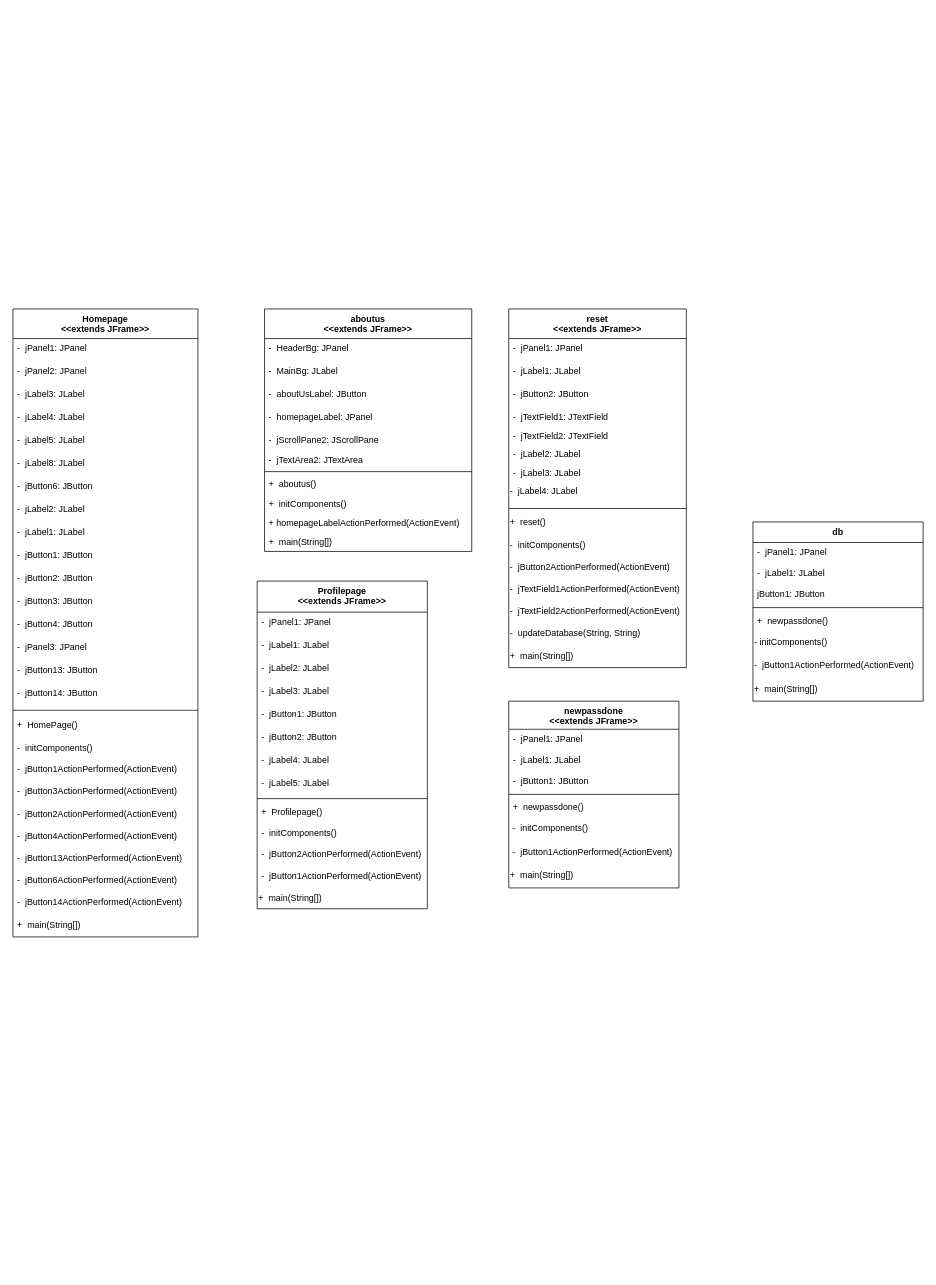
LordDdanielHan/test keeps this draw.io diagram as MarshaDiagram.drawio. Above is the earlier version. Source tidied: cells renumbered, new cells numbered last; positions are measured from the earlier drawing's top-left corner, leaving out a move shared by most shapes. Both pictures are drawn from the tidied source at 74%, with x=0, y=0 at pixel (13, 309).
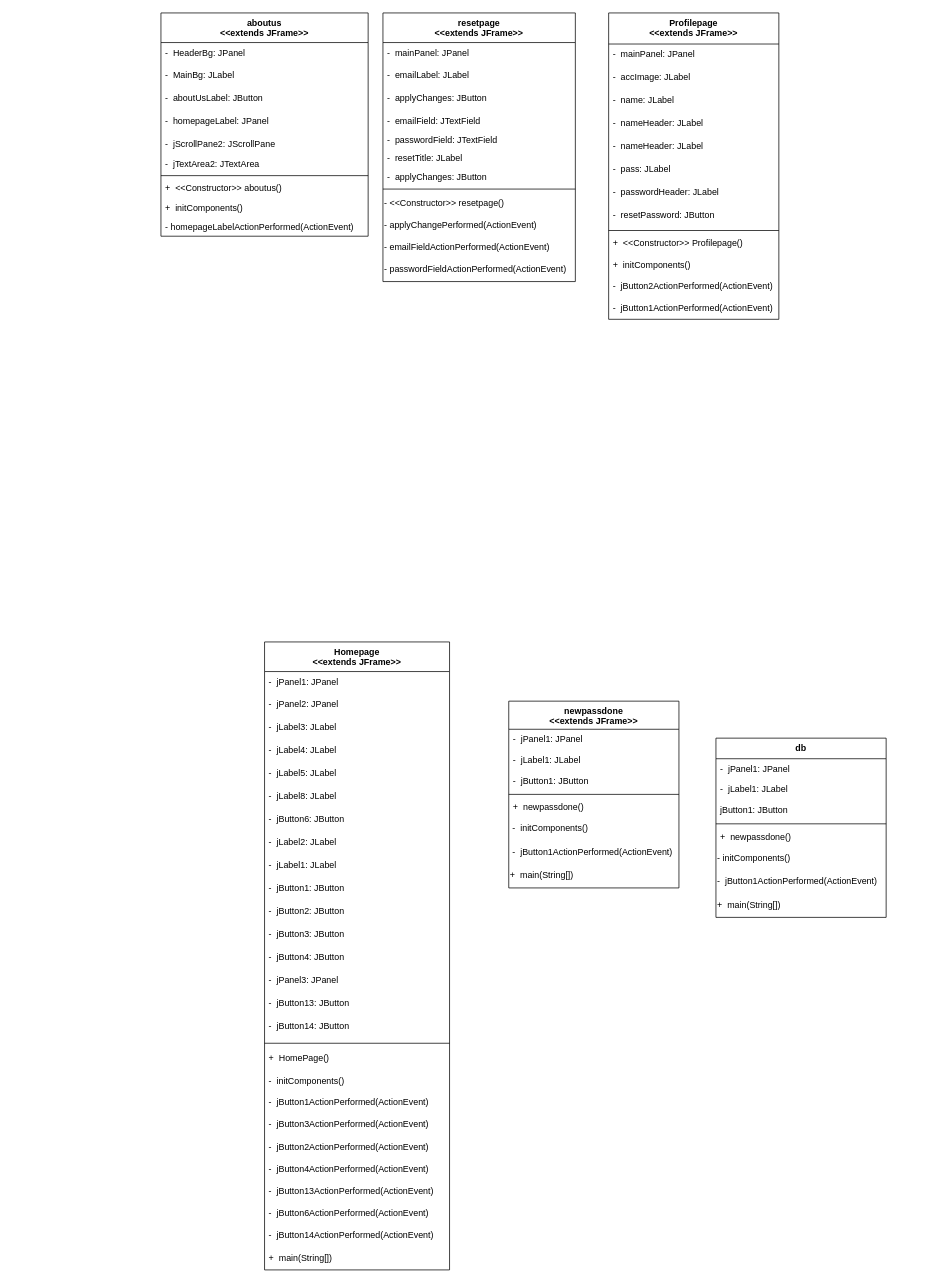
The same diagram, later.

The edit, as a diff of the source:
```diff
@@
     <mxCell id="2" value="aboutus&#10;&lt;&lt;extends JFrame&gt;&gt;&#10;" style="swimlane;fontStyle=1;align=center;verticalAlign=top;horizontal=1;startSize=40;" parent="1" vertex="1">
-      <mxGeometry x="340" width="280" height="327.7" as="geometry" />
+      <mxGeometry x="200" y="-400" width="280" height="301.7" as="geometry" />
     </mxCell>
@@
-    <mxCell id="10" value="+  aboutus()" style="text;strokeColor=none;fillColor=none;align=left;verticalAlign=top;spacingLeft=4;spacingRight=4;overflow=hidden;" parent="2" vertex="1">
+    <mxCell id="10" value="+  &lt;&lt;Constructor&gt;&gt; aboutus()" style="text;strokeColor=none;fillColor=none;align=left;verticalAlign=top;spacingLeft=4;spacingRight=4;overflow=hidden;" parent="2" vertex="1">
       <mxGeometry y="223.7" width="280" height="26" as="geometry" />
     </mxCell>
@@
-    <mxCell id="12" value="+ homepageLabelActionPerformed(ActionEvent)" style="text;strokeColor=none;fillColor=none;align=left;verticalAlign=top;spacingLeft=4;spacingRight=4;overflow=hidden;" parent="2" vertex="1">
+    <mxCell id="12" value="- homepageLabelActionPerformed(ActionEvent)" style="text;strokeColor=none;fillColor=none;align=left;verticalAlign=top;spacingLeft=4;spacingRight=4;overflow=hidden;" parent="2" vertex="1">
       <mxGeometry y="275.7" width="280" height="26" as="geometry" />
     </mxCell>
-    <mxCell id="13" value="+  main(String[])" style="text;strokeColor=none;fillColor=none;align=left;verticalAlign=top;spacingLeft=4;spacingRight=4;overflow=hidden;" parent="2" vertex="1">
-      <mxGeometry y="301.7" width="280" height="26" as="geometry" />
-    </mxCell>
     <mxCell id="14" value="Homepage&#10;&lt;&lt;extends JFrame&gt;&gt;&#10;" style="swimlane;fontStyle=1;align=center;verticalAlign=top;horizontal=1;startSize=40;" parent="1" vertex="1">
-      <mxGeometry width="250" height="848.6" as="geometry" />
+      <mxGeometry x="340" y="450" width="250" height="848.6" as="geometry" />
     </mxCell>
@@
-    <mxCell id="42" value="Profilepage&#10;&lt;&lt;extends JFrame&gt;&gt;&#10;&#10;" style="swimlane;fontStyle=1;align=center;verticalAlign=top;horizontal=1;startSize=42;" parent="1" vertex="1">
-      <mxGeometry x="330" y="367.7" width="230" height="442.9" as="geometry" />
-    </mxCell>
-    <mxCell id="43" value="-  jPanel1: JPanel" style="text;strokeColor=none;fillColor=none;align=left;verticalAlign=top;spacingLeft=4;spacingRight=4;overflow=hidden;" parent="42" vertex="1">
-      <mxGeometry y="42" width="230" height="31" as="geometry" />
-    </mxCell>
-    <mxCell id="44" value="-  jLabel1: JLabel" style="text;strokeColor=none;fillColor=none;align=left;verticalAlign=top;spacingLeft=4;spacingRight=4;overflow=hidden;" parent="42" vertex="1">
-      <mxGeometry y="73" width="230" height="31" as="geometry" />
-    </mxCell>
-    <mxCell id="45" value="-  jLabel2: JLabel" style="text;strokeColor=none;fillColor=none;align=left;verticalAlign=top;spacingLeft=4;spacingRight=4;overflow=hidden;" parent="42" vertex="1">
-      <mxGeometry y="104" width="230" height="31" as="geometry" />
-    </mxCell>
-    <mxCell id="46" value="-  jLabel3: JLabel" style="text;strokeColor=none;fillColor=none;align=left;verticalAlign=top;spacingLeft=4;spacingRight=4;overflow=hidden;" parent="42" vertex="1">
-      <mxGeometry y="135" width="230" height="31" as="geometry" />
-    </mxCell>
-    <mxCell id="47" value="-  jButton1: JButton" style="text;strokeColor=none;fillColor=none;align=left;verticalAlign=top;spacingLeft=4;spacingRight=4;overflow=hidden;" parent="42" vertex="1">
-      <mxGeometry y="166" width="230" height="31" as="geometry" />
-    </mxCell>
-    <mxCell id="48" value="-  jButton2: JButton" style="text;strokeColor=none;fillColor=none;align=left;verticalAlign=top;spacingLeft=4;spacingRight=4;overflow=hidden;" parent="42" vertex="1">
-      <mxGeometry y="197" width="230" height="31" as="geometry" />
-    </mxCell>
-    <mxCell id="49" value="-  jLabel4: JLabel" style="text;strokeColor=none;fillColor=none;align=left;verticalAlign=top;spacingLeft=4;spacingRight=4;overflow=hidden;" parent="42" vertex="1">
-      <mxGeometry y="228" width="230" height="31" as="geometry" />
-    </mxCell>
-    <mxCell id="50" value="-  jLabel5: JLabel" style="text;strokeColor=none;fillColor=none;align=left;verticalAlign=top;spacingLeft=4;spacingRight=4;overflow=hidden;" parent="42" vertex="1">
-      <mxGeometry y="259" width="230" height="31" as="geometry" />
-    </mxCell>
-    <mxCell id="51" style="line;strokeWidth=1;fillColor=none;align=left;verticalAlign=middle;spacingTop=-1;spacingLeft=3;spacingRight=3;labelPosition=right;strokeColor=inherit;" parent="42" vertex="1">
-      <mxGeometry y="290" width="230" height="8" as="geometry" />
-    </mxCell>
-    <mxCell id="52" value="+  Profilepage()" style="text;strokeColor=none;fillColor=none;align=left;verticalAlign=top;spacingLeft=4;spacingRight=4;overflow=hidden;" parent="42" vertex="1">
-      <mxGeometry y="298" width="230" height="29" as="geometry" />
-    </mxCell>
-    <mxCell id="53" value="-  initComponents()" style="text;strokeColor=none;fillColor=none;align=left;verticalAlign=top;spacingLeft=4;spacingRight=4;overflow=hidden;" parent="42" vertex="1">
-      <mxGeometry y="327" width="230" height="29" as="geometry" />
-    </mxCell>
-    <mxCell id="54" value="-  jButton2ActionPerformed(ActionEvent)" style="text;strokeColor=none;fillColor=none;align=left;verticalAlign=top;spacingLeft=4;spacingRight=4;overflow=hidden;" parent="42" vertex="1">
-      <mxGeometry y="356" width="230" height="29" as="geometry" />
-    </mxCell>
-    <mxCell id="55" value="-  jButton1ActionPerformed(ActionEvent)" style="text;strokeColor=none;fillColor=none;align=left;verticalAlign=top;spacingLeft=4;spacingRight=4;overflow=hidden;" parent="42" vertex="1">
-      <mxGeometry y="385" width="230" height="29" as="geometry" />
-    </mxCell>
-    <mxCell id="56" value="+&amp;nbsp; main(String[])" style="text;whiteSpace=wrap;html=1;" parent="42" vertex="1">
-      <mxGeometry y="414" width="230" height="28.9" as="geometry" />
-    </mxCell>
@@
-    <mxCell id="66" value="reset&#10;&lt;&lt;extends JFrame&gt;&gt;&#10;" style="swimlane;fontStyle=1;align=center;verticalAlign=top;horizontal=1;startSize=40;" parent="1" vertex="1">
-      <mxGeometry x="670" width="240" height="484.7" as="geometry" />
+    <mxCell id="66" value="resetpage&#10;&lt;&lt;extends JFrame&gt;&gt;&#10;" style="swimlane;fontStyle=1;align=center;verticalAlign=top;horizontal=1;startSize=40;" parent="1" vertex="1">
+      <mxGeometry x="500" y="-400" width="260" height="363" as="geometry" />
     </mxCell>
-    <mxCell id="67" value="-  jPanel1: JPanel" style="text;strokeColor=none;fillColor=none;align=left;verticalAlign=top;spacingLeft=4;spacingRight=4;overflow=hidden;" parent="66" vertex="1">
-      <mxGeometry y="40" width="240" height="31" as="geometry" />
+    <mxCell id="67" value="-  mainPanel: JPanel" style="text;strokeColor=none;fillColor=none;align=left;verticalAlign=top;spacingLeft=4;spacingRight=4;overflow=hidden;" parent="66" vertex="1">
+      <mxGeometry y="40" width="260" height="31" as="geometry" />
     </mxCell>
-    <mxCell id="68" value="-  jLabel1: JLabel" style="text;strokeColor=none;fillColor=none;align=left;verticalAlign=top;spacingLeft=4;spacingRight=4;overflow=hidden;" parent="66" vertex="1">
-      <mxGeometry y="71" width="240" height="31" as="geometry" />
+    <mxCell id="68" value="-  emailLabel: JLabel" style="text;strokeColor=none;fillColor=none;align=left;verticalAlign=top;spacingLeft=4;spacingRight=4;overflow=hidden;" parent="66" vertex="1">
+      <mxGeometry y="71" width="260" height="31" as="geometry" />
     </mxCell>
-    <mxCell id="69" value="-  jButton2: JButton" style="text;strokeColor=none;fillColor=none;align=left;verticalAlign=top;spacingLeft=4;spacingRight=4;overflow=hidden;" parent="66" vertex="1">
-      <mxGeometry y="102" width="240" height="31" as="geometry" />
+    <mxCell id="69" value="-  applyChanges: JButton" style="text;strokeColor=none;fillColor=none;align=left;verticalAlign=top;spacingLeft=4;spacingRight=4;overflow=hidden;" parent="66" vertex="1">
+      <mxGeometry y="102" width="260" height="31" as="geometry" />
     </mxCell>
-    <mxCell id="70" value="-  jTextField1: JTextField" style="text;strokeColor=none;fillColor=none;align=left;verticalAlign=top;spacingLeft=4;spacingRight=4;overflow=hidden;" parent="66" vertex="1">
-      <mxGeometry y="133" width="240" height="25" as="geometry" />
+    <mxCell id="70" value="-  emailField: JTextField" style="text;strokeColor=none;fillColor=none;align=left;verticalAlign=top;spacingLeft=4;spacingRight=4;overflow=hidden;" parent="66" vertex="1">
+      <mxGeometry y="133" width="260" height="25" as="geometry" />
     </mxCell>
-    <mxCell id="71" value="-  jTextField2: JTextField" style="text;strokeColor=none;fillColor=none;align=left;verticalAlign=top;spacingLeft=4;spacingRight=4;overflow=hidden;" parent="66" vertex="1">
-      <mxGeometry y="158" width="240" height="25" as="geometry" />
+    <mxCell id="71" value="-  passwordField: JTextField" style="text;strokeColor=none;fillColor=none;align=left;verticalAlign=top;spacingLeft=4;spacingRight=4;overflow=hidden;" parent="66" vertex="1">
+      <mxGeometry y="158" width="260" height="25" as="geometry" />
     </mxCell>
-    <mxCell id="72" value="-  jLabel2: JLabel" style="text;strokeColor=none;fillColor=none;align=left;verticalAlign=top;spacingLeft=4;spacingRight=4;overflow=hidden;" parent="66" vertex="1">
-      <mxGeometry y="183" width="240" height="25" as="geometry" />
+    <mxCell id="72" value="-  resetTitle: JLabel" style="text;strokeColor=none;fillColor=none;align=left;verticalAlign=top;spacingLeft=4;spacingRight=4;overflow=hidden;" parent="66" vertex="1">
+      <mxGeometry y="183" width="260" height="25" as="geometry" />
     </mxCell>
-    <mxCell id="73" value="-  jLabel3: JLabel" style="text;strokeColor=none;fillColor=none;align=left;verticalAlign=top;spacingLeft=4;spacingRight=4;overflow=hidden;" parent="66" vertex="1">
-      <mxGeometry y="208" width="240" height="25" as="geometry" />
-    </mxCell>
-    <mxCell id="74" value="-&amp;nbsp; jLabel4: JLabel" style="text;whiteSpace=wrap;html=1;" parent="66" vertex="1">
-      <mxGeometry y="233" width="240" height="31.7" as="geometry" />
-    </mxCell>
+    <mxCell id="92" value="-  applyChanges: JButton" style="text;strokeColor=none;fillColor=none;align=left;verticalAlign=top;spacingLeft=4;spacingRight=4;overflow=hidden;" parent="66" vertex="1">
+      <mxGeometry y="208" width="260" height="25" as="geometry" />
+    </mxCell>
     <mxCell id="75" style="line;strokeWidth=1;fillColor=none;align=left;verticalAlign=middle;spacingTop=-1;spacingLeft=3;spacingRight=3;labelPosition=right;strokeColor=inherit;" parent="66" vertex="1">
-      <mxGeometry y="264.7" width="240" height="10" as="geometry" />
+      <mxGeometry y="233" width="260" height="10" as="geometry" />
     </mxCell>
-    <mxCell id="76" value="+&amp;nbsp; reset()" style="text;whiteSpace=wrap;html=1;" parent="66" vertex="1">
-      <mxGeometry y="274.7" width="240" height="30" as="geometry" />
-    </mxCell>
-    <mxCell id="77" value="-&amp;nbsp; initComponents()" style="text;whiteSpace=wrap;html=1;" parent="66" vertex="1">
-      <mxGeometry y="304.7" width="240" height="30" as="geometry" />
+    <mxCell id="77" value="- &amp;lt;&amp;lt;Constructor&amp;gt;&amp;gt; resetpage()" style="text;whiteSpace=wrap;html=1;" parent="66" vertex="1">
+      <mxGeometry y="243" width="260" height="30" as="geometry" />
     </mxCell>
-    <mxCell id="78" value="-&amp;nbsp; jButton2ActionPerformed(ActionEvent)" style="text;whiteSpace=wrap;html=1;" parent="66" vertex="1">
-      <mxGeometry y="334.7" width="240" height="30" as="geometry" />
-    </mxCell>
-    <mxCell id="79" value="-&amp;nbsp; jTextField1ActionPerformed(ActionEvent)" style="text;whiteSpace=wrap;html=1;" parent="66" vertex="1">
-      <mxGeometry y="364.7" width="240" height="30" as="geometry" />
-    </mxCell>
-    <mxCell id="80" value="-&amp;nbsp; jTextField2ActionPerformed(ActionEvent)" style="text;whiteSpace=wrap;html=1;" parent="66" vertex="1">
-      <mxGeometry y="394.7" width="240" height="30" as="geometry" />
-    </mxCell>
+    <mxCell id="93" value="- applyChangePerformed(ActionEvent)" style="text;whiteSpace=wrap;html=1;" parent="66" vertex="1">
+      <mxGeometry y="273" width="260" height="30" as="geometry" />
+    </mxCell>
+    <mxCell id="94" value="- emailFieldActionPerformed(ActionEvent)" style="text;whiteSpace=wrap;html=1;" parent="66" vertex="1">
+      <mxGeometry y="303" width="260" height="30" as="geometry" />
+    </mxCell>
-    <mxCell id="81" value="-&amp;nbsp; updateDatabase(String, String)" style="text;whiteSpace=wrap;html=1;" parent="66" vertex="1">
-      <mxGeometry y="424.7" width="240" height="30" as="geometry" />
+    <mxCell id="81" value="- passwordFieldActionPerformed(ActionEvent)" style="text;whiteSpace=wrap;html=1;" parent="66" vertex="1">
+      <mxGeometry y="333" width="260" height="30" as="geometry" />
     </mxCell>
-    <mxCell id="82" value="+&amp;nbsp; main(String[])" style="text;whiteSpace=wrap;html=1;" parent="66" vertex="1">
-      <mxGeometry y="454.7" width="240" height="30" as="geometry" />
-    </mxCell>
     <mxCell id="83" value="db" style="swimlane;fontStyle=1;align=center;verticalAlign=top;horizontal=1;startSize=27.8;" parent="1" vertex="1">
-      <mxGeometry x="1000" y="287.8" width="230" height="242.2" as="geometry" />
+      <mxGeometry x="950" y="580" width="230" height="242.2" as="geometry" />
     </mxCell>
@@
+    <mxCell id="42" value="Profilepage&#10;&lt;&lt;extends JFrame&gt;&gt;&#10;&#10;" style="swimlane;fontStyle=1;align=center;verticalAlign=top;horizontal=1;startSize=42;" parent="1" vertex="1">
+      <mxGeometry x="805" y="-400" width="230" height="414" as="geometry" />
+    </mxCell>
+    <mxCell id="95" value="-  mainPanel: JPanel" style="text;strokeColor=none;fillColor=none;align=left;verticalAlign=top;spacingLeft=4;spacingRight=4;overflow=hidden;" parent="42" vertex="1">
+      <mxGeometry y="42" width="230" height="31" as="geometry" />
+    </mxCell>
+    <mxCell id="96" value="-  accImage: JLabel" style="text;strokeColor=none;fillColor=none;align=left;verticalAlign=top;spacingLeft=4;spacingRight=4;overflow=hidden;" parent="42" vertex="1">
+      <mxGeometry y="73" width="230" height="31" as="geometry" />
+    </mxCell>
+    <mxCell id="97" value="-  name: JLabel" style="text;strokeColor=none;fillColor=none;align=left;verticalAlign=top;spacingLeft=4;spacingRight=4;overflow=hidden;" parent="42" vertex="1">
+      <mxGeometry y="104" width="230" height="31" as="geometry" />
+    </mxCell>
+    <mxCell id="98" value="-  nameHeader: JLabel" style="text;strokeColor=none;fillColor=none;align=left;verticalAlign=top;spacingLeft=4;spacingRight=4;overflow=hidden;" parent="42" vertex="1">
+      <mxGeometry y="135" width="230" height="31" as="geometry" />
+    </mxCell>
+    <mxCell id="99" value="-  nameHeader: JLabel" style="text;strokeColor=none;fillColor=none;align=left;verticalAlign=top;spacingLeft=4;spacingRight=4;overflow=hidden;" parent="42" vertex="1">
+      <mxGeometry y="166" width="230" height="31" as="geometry" />
+    </mxCell>
+    <mxCell id="100" value="-  pass: JLabel" style="text;strokeColor=none;fillColor=none;align=left;verticalAlign=top;spacingLeft=4;spacingRight=4;overflow=hidden;" parent="42" vertex="1">
+      <mxGeometry y="197" width="230" height="31" as="geometry" />
+    </mxCell>
+    <mxCell id="101" value="-  passwordHeader: JLabel" style="text;strokeColor=none;fillColor=none;align=left;verticalAlign=top;spacingLeft=4;spacingRight=4;overflow=hidden;" parent="42" vertex="1">
+      <mxGeometry y="228" width="230" height="31" as="geometry" />
+    </mxCell>
+    <mxCell id="102" value="-  resetPassword: JButton" style="text;strokeColor=none;fillColor=none;align=left;verticalAlign=top;spacingLeft=4;spacingRight=4;overflow=hidden;" parent="42" vertex="1">
+      <mxGeometry y="259" width="230" height="31" as="geometry" />
+    </mxCell>
+    <mxCell id="51" style="line;strokeWidth=1;fillColor=none;align=left;verticalAlign=middle;spacingTop=-1;spacingLeft=3;spacingRight=3;labelPosition=right;strokeColor=inherit;" parent="42" vertex="1">
+      <mxGeometry y="290" width="230" height="8" as="geometry" />
+    </mxCell>
+    <mxCell id="103" value="+  &lt;&lt;Constructor&gt;&gt; Profilepage()" style="text;strokeColor=none;fillColor=none;align=left;verticalAlign=top;spacingLeft=4;spacingRight=4;overflow=hidden;" parent="42" vertex="1">
+      <mxGeometry y="298" width="230" height="29" as="geometry" />
+    </mxCell>
+    <mxCell id="104" value="+  initComponents()" style="text;strokeColor=none;fillColor=none;align=left;verticalAlign=top;spacingLeft=4;spacingRight=4;overflow=hidden;" parent="42" vertex="1">
+      <mxGeometry y="327" width="230" height="29" as="geometry" />
+    </mxCell>
+    <mxCell id="54" value="-  jButton2ActionPerformed(ActionEvent)" style="text;strokeColor=none;fillColor=none;align=left;verticalAlign=top;spacingLeft=4;spacingRight=4;overflow=hidden;" parent="42" vertex="1">
+      <mxGeometry y="356" width="230" height="29" as="geometry" />
+    </mxCell>
+    <mxCell id="55" value="-  jButton1ActionPerformed(ActionEvent)" style="text;strokeColor=none;fillColor=none;align=left;verticalAlign=top;spacingLeft=4;spacingRight=4;overflow=hidden;" parent="42" vertex="1">
+      <mxGeometry y="385" width="230" height="29" as="geometry" />
+    </mxCell>
```
